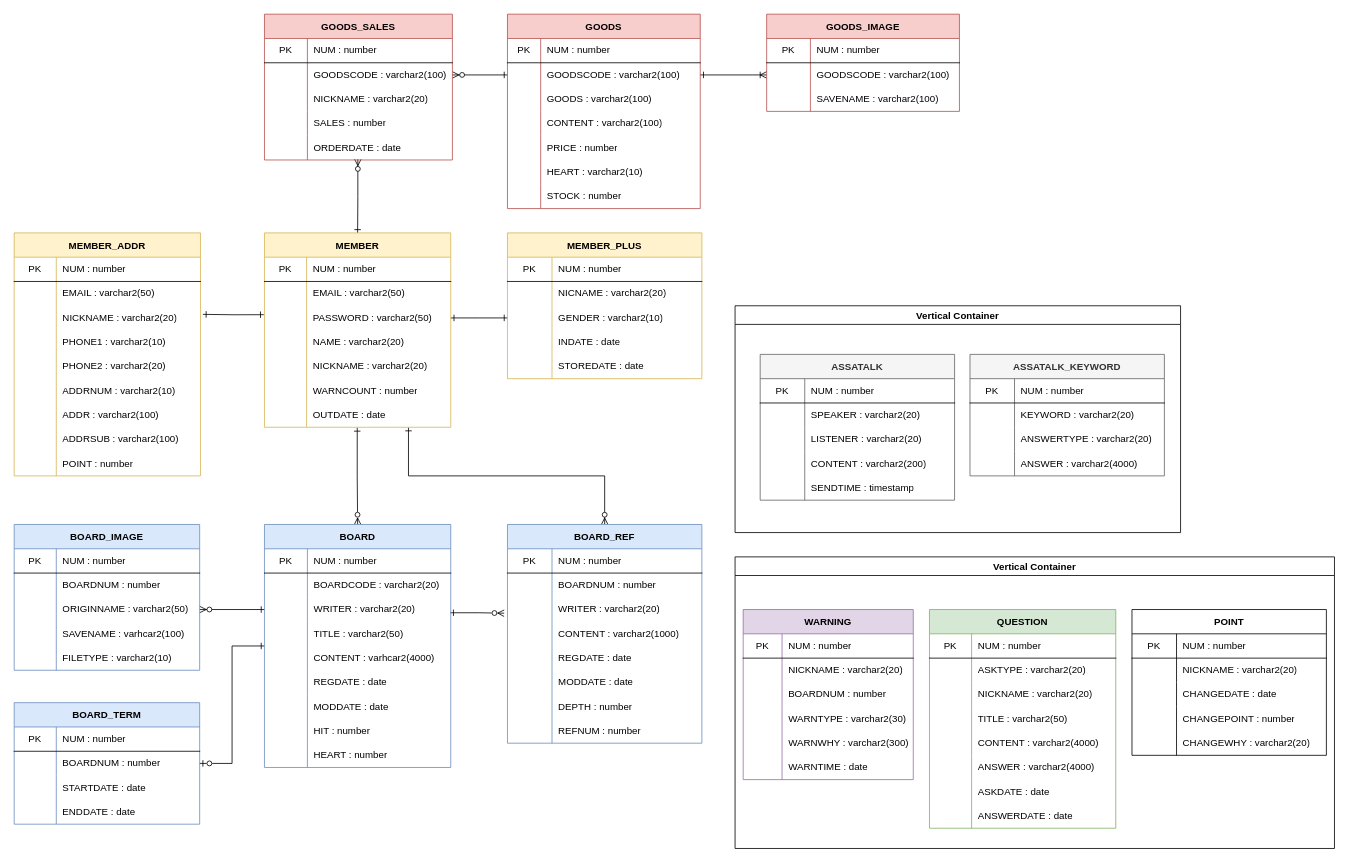
The draw.io diagram page "물리설계" (3 of 3) of 테이블설계/4. ERD.drawio in stoveon/TEAM_PROJECT, before the edit. Source tidied: cells renumbered, new cells numbered last; positions are measured from the earlier drawing's top-left corner, leaving out a move shared by most shapes. Both pictures are drawn from the tidied source at 81%, with x=0, y=0 at pixel (14, 14).
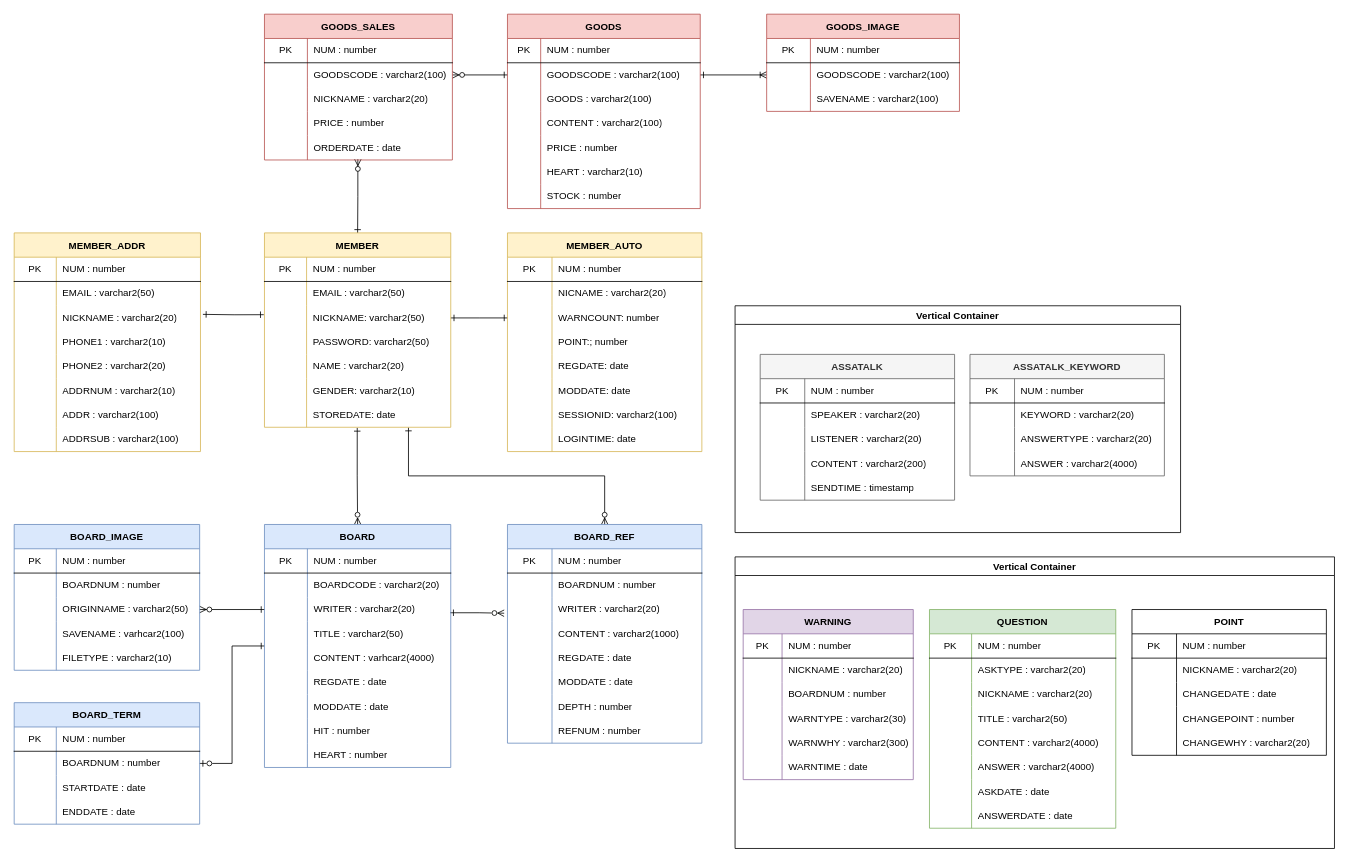
After the change.

Unchanged cells that the change refers to:
```xml
<mxCell id="10" value="MEMBER" style="shape=table;startSize=30;childLayout=tableLayout;rowLines=0;fontStyle=1;align=center;fontSize=12;fillColor=#fff2cc;strokeColor=#d6b656;" parent="1" vertex="1">
  <mxGeometry x="309" y="270" width="230" height="240" as="geometry" />
</mxCell>
<mxCell id="17" style="shape=partialRectangle;html=1;whiteSpace=wrap;fillColor=none;top=0;left=0;bottom=0;right=0;points=[[0,0.5],[1,0.5]];portConstraint=eastwest;" parent="10" vertex="1">
  <mxGeometry y="90" width="230" height="30" as="geometry" />
</mxCell>
<mxCell id="29" style="shape=partialRectangle;html=1;whiteSpace=wrap;fillColor=none;top=0;left=0;bottom=0;right=0;points=[[0,0.5],[1,0.5]];portConstraint=eastwest;" parent="10" vertex="1">
  <mxGeometry y="210" width="230" height="30" as="geometry" />
</mxCell>
<mxCell id="39" style="shape=partialRectangle;html=1;whiteSpace=wrap;fillColor=none;top=0;left=0;bottom=0;right=0;" parent="32" vertex="1">
  <mxGeometry y="90" width="240" height="30" as="geometry" />
</mxCell>
<mxCell id="42" style="shape=partialRectangle;html=1;whiteSpace=wrap;fillColor=none;top=0;left=0;bottom=0;right=0;" parent="32" vertex="1">
  <mxGeometry y="120" width="240" height="30" as="geometry" />
</mxCell>
<mxCell id="45" style="shape=partialRectangle;html=1;whiteSpace=wrap;fillColor=none;top=0;left=0;bottom=0;right=0;" parent="32" vertex="1">
  <mxGeometry y="150" width="240" height="30" as="geometry" />
</mxCell>
<mxCell id="141" style="shape=partialRectangle;html=1;whiteSpace=wrap;fillColor=none;top=0;left=0;bottom=0;right=0;" parent="131" vertex="1">
  <mxGeometry y="120" width="232" height="30" as="geometry" />
</mxCell>
```

What changed in the source:
```diff
@@
-    <mxCell id="19" value="PASSWORD : varchar2(50)" style="shape=partialRectangle;html=1;whiteSpace=wrap;fillColor=none;top=0;left=0;bottom=0;right=0;align=left;spacingLeft=6;overflow=hidden;" parent="17" vertex="1">
+    <mxCell id="19" value="NICKNAME: varchar2(50)" style="shape=partialRectangle;html=1;whiteSpace=wrap;fillColor=none;top=0;left=0;bottom=0;right=0;align=left;spacingLeft=6;overflow=hidden;" parent="17" vertex="1">
       <mxGeometry x="52" width="178" height="30" as="geometry" />
     </mxCell>
+    <mxCell id="299" style="shape=partialRectangle;html=1;whiteSpace=wrap;fillColor=none;top=0;left=0;bottom=0;right=0;" parent="10" vertex="1">
+      <mxGeometry y="120" width="230" height="30" as="geometry" />
+    </mxCell>
+    <mxCell id="300" style="shape=partialRectangle;html=1;whiteSpace=wrap;fillColor=none;top=0;left=0;bottom=0;right=0;overflow=hidden;" parent="299" vertex="1">
+      <mxGeometry width="52" height="30" as="geometry" />
+    </mxCell>
+    <mxCell id="301" value="PASSWORD: varchar2(50)" style="shape=partialRectangle;html=1;whiteSpace=wrap;fillColor=none;top=0;left=0;bottom=0;right=0;align=left;spacingLeft=6;overflow=hidden;" parent="299" vertex="1">
+      <mxGeometry x="52" width="178" height="30" as="geometry" />
+    </mxCell>
     <mxCell id="20" style="shape=partialRectangle;html=1;whiteSpace=wrap;fillColor=none;top=0;left=0;bottom=0;right=0;" parent="10" vertex="1">
-      <mxGeometry y="120" width="230" height="30" as="geometry" />
+      <mxGeometry y="150" width="230" height="30" as="geometry" />
     </mxCell>
@@
     <mxCell id="23" style="shape=partialRectangle;html=1;whiteSpace=wrap;fillColor=none;top=0;left=0;bottom=0;right=0;" parent="10" vertex="1">
-      <mxGeometry y="150" width="230" height="30" as="geometry" />
+      <mxGeometry y="180" width="230" height="30" as="geometry" />
     </mxCell>
@@
-    <mxCell id="25" value="NICKNAME : varchar2(20)" style="shape=partialRectangle;html=1;whiteSpace=wrap;fillColor=none;top=0;left=0;bottom=0;right=0;align=left;spacingLeft=6;overflow=hidden;" parent="23" vertex="1">
+    <mxCell id="25" value="GENDER: varchar2(10)" style="shape=partialRectangle;html=1;whiteSpace=wrap;fillColor=none;top=0;left=0;bottom=0;right=0;align=left;spacingLeft=6;overflow=hidden;" parent="23" vertex="1">
       <mxGeometry x="52" width="178" height="30" as="geometry" />
     </mxCell>
-    <mxCell id="26" style="shape=partialRectangle;html=1;whiteSpace=wrap;fillColor=none;top=0;left=0;bottom=0;right=0;" parent="10" vertex="1">
-      <mxGeometry y="180" width="230" height="30" as="geometry" />
-    </mxCell>
-    <mxCell id="27" style="shape=partialRectangle;html=1;whiteSpace=wrap;fillColor=none;top=0;left=0;bottom=0;right=0;overflow=hidden;" parent="26" vertex="1">
-      <mxGeometry width="52" height="30" as="geometry" />
-    </mxCell>
-    <mxCell id="28" value="WARNCOUNT : number" style="shape=partialRectangle;html=1;whiteSpace=wrap;fillColor=none;top=0;left=0;bottom=0;right=0;align=left;spacingLeft=6;overflow=hidden;" parent="26" vertex="1">
-      <mxGeometry x="52" width="178" height="30" as="geometry" />
-    </mxCell>
@@
-    <mxCell id="31" value="OUTDATE : date" style="shape=partialRectangle;html=1;whiteSpace=wrap;fillColor=none;top=0;left=0;bottom=0;right=0;align=left;spacingLeft=6;overflow=hidden;" parent="29" vertex="1">
+    <mxCell id="31" value="STOREDATE: date" style="shape=partialRectangle;html=1;whiteSpace=wrap;fillColor=none;top=0;left=0;bottom=0;right=0;align=left;spacingLeft=6;overflow=hidden;" parent="29" vertex="1">
       <mxGeometry x="52" width="178" height="30" as="geometry" />
     </mxCell>
-    <mxCell id="32" value="MEMBER_PLUS" style="shape=table;startSize=30;childLayout=tableLayout;rowLines=0;fontStyle=1;align=center;fontSize=12;fillColor=#fff2cc;strokeColor=#d6b656;" parent="1" vertex="1">
-      <mxGeometry x="609" y="270" width="240" height="180" as="geometry" />
+    <mxCell id="32" value="MEMBER_AUTO" style="shape=table;startSize=30;childLayout=tableLayout;rowLines=0;fontStyle=1;align=center;fontSize=12;fillColor=#fff2cc;strokeColor=#d6b656;" parent="1" vertex="1">
+      <mxGeometry x="609" y="270" width="240" height="270" as="geometry" />
     </mxCell>
@@
-    <mxCell id="41" value="GENDER : varchar2(10)" style="shape=partialRectangle;html=1;whiteSpace=wrap;fillColor=none;top=0;left=0;bottom=0;right=0;align=left;spacingLeft=6;overflow=hidden;" parent="39" vertex="1">
+    <mxCell id="41" value="WARNCOUNT: number" style="shape=partialRectangle;html=1;whiteSpace=wrap;fillColor=none;top=0;left=0;bottom=0;right=0;align=left;spacingLeft=6;overflow=hidden;" parent="39" vertex="1">
       <mxGeometry x="55" width="185" height="30" as="geometry" />
     </mxCell>
@@
-    <mxCell id="44" value="INDATE : date" style="shape=partialRectangle;html=1;whiteSpace=wrap;fillColor=none;top=0;left=0;bottom=0;right=0;align=left;spacingLeft=6;overflow=hidden;" parent="42" vertex="1">
+    <mxCell id="44" value="POINT:; number" style="shape=partialRectangle;html=1;whiteSpace=wrap;fillColor=none;top=0;left=0;bottom=0;right=0;align=left;spacingLeft=6;overflow=hidden;" parent="42" vertex="1">
       <mxGeometry x="55" width="185" height="30" as="geometry" />
     </mxCell>
@@
-    <mxCell id="47" value="STOREDATE : date" style="shape=partialRectangle;html=1;whiteSpace=wrap;fillColor=none;top=0;left=0;bottom=0;right=0;align=left;spacingLeft=6;overflow=hidden;" parent="45" vertex="1">
+    <mxCell id="47" value="REGDATE: date" style="shape=partialRectangle;html=1;whiteSpace=wrap;fillColor=none;top=0;left=0;bottom=0;right=0;align=left;spacingLeft=6;overflow=hidden;" parent="45" vertex="1">
       <mxGeometry x="55" width="185" height="30" as="geometry" />
     </mxCell>
+    <mxCell id="302" style="shape=partialRectangle;html=1;whiteSpace=wrap;fillColor=none;top=0;left=0;bottom=0;right=0;" parent="32" vertex="1">
+      <mxGeometry y="180" width="240" height="30" as="geometry" />
+    </mxCell>
+    <mxCell id="303" style="shape=partialRectangle;html=1;whiteSpace=wrap;fillColor=none;top=0;left=0;bottom=0;right=0;overflow=hidden;" parent="302" vertex="1">
+      <mxGeometry width="55" height="30" as="geometry" />
+    </mxCell>
+    <mxCell id="304" value="MODDATE: date" style="shape=partialRectangle;html=1;whiteSpace=wrap;fillColor=none;top=0;left=0;bottom=0;right=0;align=left;spacingLeft=6;overflow=hidden;" parent="302" vertex="1">
+      <mxGeometry x="55" width="185" height="30" as="geometry" />
+    </mxCell>
+    <mxCell id="305" style="shape=partialRectangle;html=1;whiteSpace=wrap;fillColor=none;top=0;left=0;bottom=0;right=0;" parent="32" vertex="1">
+      <mxGeometry y="210" width="240" height="30" as="geometry" />
+    </mxCell>
+    <mxCell id="306" style="shape=partialRectangle;html=1;whiteSpace=wrap;fillColor=none;top=0;left=0;bottom=0;right=0;overflow=hidden;" parent="305" vertex="1">
+      <mxGeometry width="55" height="30" as="geometry" />
+    </mxCell>
+    <mxCell id="307" value="SESSIONID: varchar2(100)" style="shape=partialRectangle;html=1;whiteSpace=wrap;fillColor=none;top=0;left=0;bottom=0;right=0;align=left;spacingLeft=6;overflow=hidden;" parent="305" vertex="1">
+      <mxGeometry x="55" width="185" height="30" as="geometry" />
+    </mxCell>
+    <mxCell id="308" style="shape=partialRectangle;html=1;whiteSpace=wrap;fillColor=none;top=0;left=0;bottom=0;right=0;" parent="32" vertex="1">
+      <mxGeometry y="240" width="240" height="30" as="geometry" />
+    </mxCell>
+    <mxCell id="309" style="shape=partialRectangle;html=1;whiteSpace=wrap;fillColor=none;top=0;left=0;bottom=0;right=0;overflow=hidden;" parent="308" vertex="1">
+      <mxGeometry width="55" height="30" as="geometry" />
+    </mxCell>
+    <mxCell id="310" value="LOGINTIME: date" style="shape=partialRectangle;html=1;whiteSpace=wrap;fillColor=none;top=0;left=0;bottom=0;right=0;align=left;spacingLeft=6;overflow=hidden;" parent="308" vertex="1">
+      <mxGeometry x="55" width="185" height="30" as="geometry" />
+    </mxCell>
@@
-    <mxCell id="143" value="SALES : number" style="shape=partialRectangle;html=1;whiteSpace=wrap;fillColor=none;top=0;left=0;bottom=0;right=0;align=left;spacingLeft=6;overflow=hidden;" parent="141" vertex="1">
+    <mxCell id="143" value="PRICE : number" style="shape=partialRectangle;html=1;whiteSpace=wrap;fillColor=none;top=0;left=0;bottom=0;right=0;align=left;spacingLeft=6;overflow=hidden;" parent="141" vertex="1">
       <mxGeometry x="53" width="179" height="30" as="geometry" />
     </mxCell>
@@
     <mxCell id="179" value="MEMBER_ADDR" style="shape=table;startSize=30;childLayout=tableLayout;rowLines=0;fontStyle=1;align=center;fontSize=12;fillColor=#fff2cc;strokeColor=#d6b656;" parent="1" vertex="1">
-      <mxGeometry y="270" width="230" height="300" as="geometry" />
+      <mxGeometry y="270" width="230" height="270" as="geometry" />
     </mxCell>
@@
-    <mxCell id="204" style="shape=partialRectangle;html=1;whiteSpace=wrap;fillColor=none;top=0;left=0;bottom=0;right=0;" parent="179" vertex="1">
-      <mxGeometry y="270" width="230" height="30" as="geometry" />
-    </mxCell>
-    <mxCell id="205" style="shape=partialRectangle;html=1;whiteSpace=wrap;fillColor=none;top=0;left=0;bottom=0;right=0;overflow=hidden;" parent="204" vertex="1">
-      <mxGeometry width="52" height="30" as="geometry" />
-    </mxCell>
-    <mxCell id="206" value="POINT : number" style="shape=partialRectangle;html=1;whiteSpace=wrap;fillColor=none;top=0;left=0;bottom=0;right=0;align=left;spacingLeft=6;overflow=hidden;" parent="204" vertex="1">
-      <mxGeometry x="52" width="178" height="30" as="geometry" />
-    </mxCell>
```
